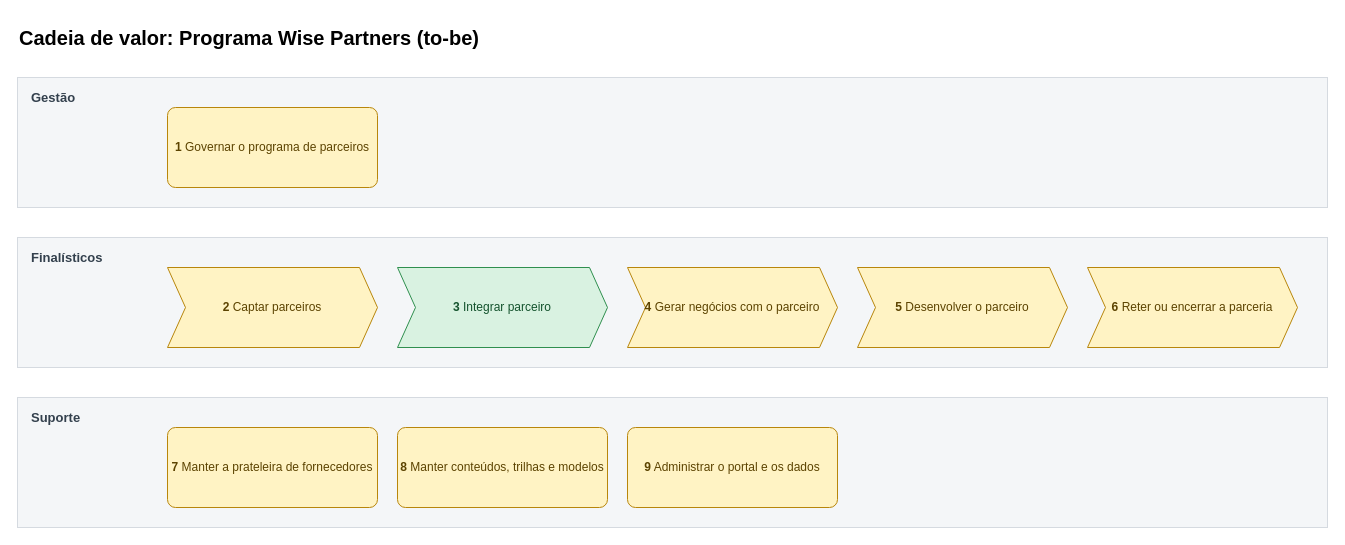
Above: page "Cadeia de valor" (1 of 13) of mapeamentos/wise-partners-to-be/saidas/mapa.drawio in Guilherme-MFaccin/Wise-Partners (draw.io), before the change. Source tidied: cells renumbered, new cells numbered last; positions are measured from the earlier drawing's top-left corner, leaving out a move shared by most shapes. Both pictures are drawn from the tidied source at 100%, with x=0, y=0 at pixel (17, 17).
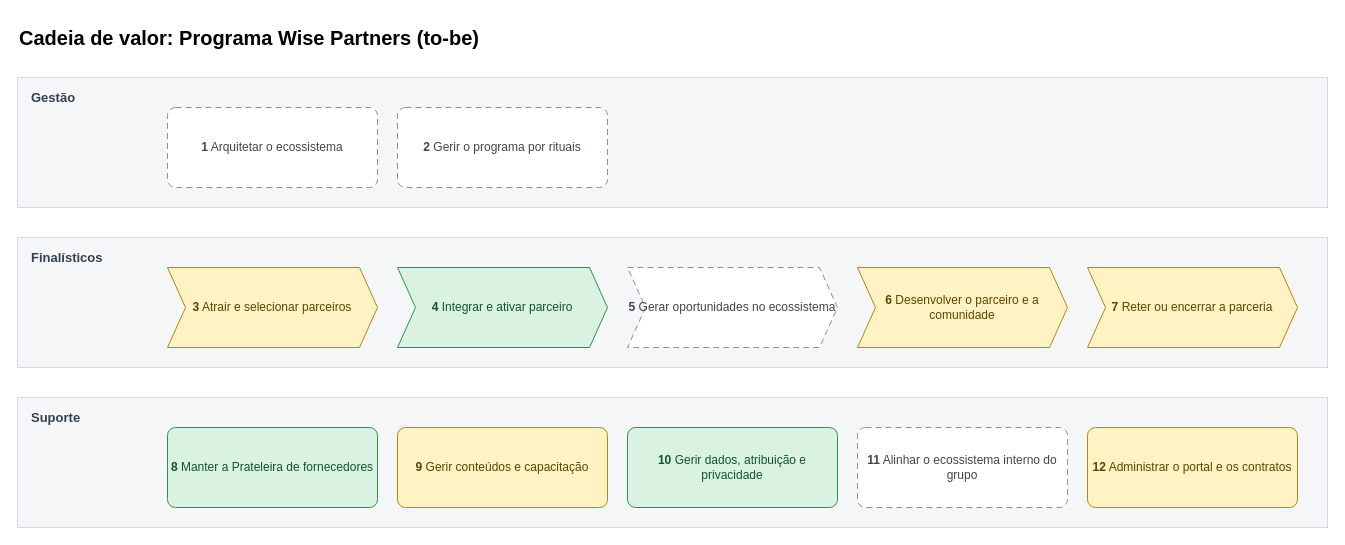
The same diagram, later.

The edit, as a diff of the source:
```diff
@@
 <mxGraphModel>
   <root>
     <mxCell id="0" />
     <mxCell id="1" parent="0" />
     <mxCell id="2" value="&lt;b&gt;Cadeia de valor: Programa Wise Partners (to-be)&lt;/b&gt;" style="text;html=1;fontSize=20;align=left;verticalAlign=middle;strokeColor=none;fillColor=none;" parent="1" vertex="1">
       <mxGeometry width="600" height="40" as="geometry" />
     </mxCell>
     <mxCell id="3" value="Gestão" style="rounded=0;whiteSpace=wrap;html=1;fillColor=#F4F6F8;strokeColor=#D5DAE0;verticalAlign=top;align=left;spacingLeft=12;spacingTop=6;fontStyle=1;fontSize=13;fontColor=#33404D;" parent="1" vertex="1">
       <mxGeometry y="60" width="1310" height="130" as="geometry" />
     </mxCell>
-    <mxCell id="4" value="&lt;b&gt;1&lt;/b&gt; Governar o programa de parceiros" style="rounded=1;whiteSpace=wrap;html=1;arcSize=10;fillColor=#FFF3C4;strokeColor=#B8860B;fontColor=#5C4300;fontSize=12;" parent="1" vertex="1">
+    <mxCell id="4" value="&lt;b&gt;1&lt;/b&gt; Arquitetar o ecossistema" style="rounded=1;whiteSpace=wrap;html=1;arcSize=10;fillColor=#FFFFFF;strokeColor=#8A9099;fontColor=#3F4650;dashed=1;dashPattern=6 4;fontSize=12;" parent="1" vertex="1">
       <mxGeometry x="150" y="90" width="210" height="80" as="geometry" />
     </mxCell>
-    <mxCell id="5" value="Finalísticos" style="rounded=0;whiteSpace=wrap;html=1;fillColor=#F4F6F8;strokeColor=#D5DAE0;verticalAlign=top;align=left;spacingLeft=12;spacingTop=6;fontStyle=1;fontSize=13;fontColor=#33404D;" parent="1" vertex="1">
-      <mxGeometry y="220" width="1310" height="130" as="geometry" />
+    <mxCell id="5" value="&lt;b&gt;2&lt;/b&gt; Gerir o programa por rituais" style="rounded=1;whiteSpace=wrap;html=1;arcSize=10;fillColor=#FFFFFF;strokeColor=#8A9099;fontColor=#3F4650;dashed=1;dashPattern=6 4;fontSize=12;" parent="1" vertex="1">
+      <mxGeometry x="380" y="90" width="210" height="80" as="geometry" />
     </mxCell>
-    <mxCell id="6" value="&lt;b&gt;2&lt;/b&gt; Captar parceiros" style="rounded=1;whiteSpace=wrap;html=1;arcSize=10;fillColor=#FFF3C4;strokeColor=#B8860B;fontColor=#5C4300;fontSize=12;shape=step;perimeter=stepPerimeter;fixedSize=1;size=18;rounded=0;" parent="1" vertex="1">
-      <mxGeometry x="150" y="250" width="210" height="80" as="geometry" />
+    <mxCell id="6" value="Finalísticos" style="rounded=0;whiteSpace=wrap;html=1;fillColor=#F4F6F8;strokeColor=#D5DAE0;verticalAlign=top;align=left;spacingLeft=12;spacingTop=6;fontStyle=1;fontSize=13;fontColor=#33404D;" parent="1" vertex="1">
+      <mxGeometry y="220" width="1310" height="130" as="geometry" />
     </mxCell>
-    <mxCell id="7" value="&lt;b&gt;3&lt;/b&gt; Integrar parceiro" style="rounded=1;whiteSpace=wrap;html=1;arcSize=10;fillColor=#D9F2E1;strokeColor=#2F8F4E;fontColor=#14532D;fontSize=12;shape=step;perimeter=stepPerimeter;fixedSize=1;size=18;rounded=0;" parent="1" vertex="1">
-      <mxGeometry x="380" y="250" width="210" height="80" as="geometry" />
+    <mxCell id="7" value="&lt;b&gt;3&lt;/b&gt; Atrair e selecionar parceiros" style="rounded=1;whiteSpace=wrap;html=1;arcSize=10;fillColor=#FFF3C4;strokeColor=#B8860B;fontColor=#5C4300;fontSize=12;shape=step;perimeter=stepPerimeter;fixedSize=1;size=18;rounded=0;" parent="1" vertex="1">
+      <mxGeometry x="150" y="250" width="210" height="80" as="geometry" />
     </mxCell>
-    <mxCell id="8" value="&lt;b&gt;4&lt;/b&gt; Gerar negócios com o parceiro" style="rounded=1;whiteSpace=wrap;html=1;arcSize=10;fillColor=#FFF3C4;strokeColor=#B8860B;fontColor=#5C4300;fontSize=12;shape=step;perimeter=stepPerimeter;fixedSize=1;size=18;rounded=0;" parent="1" vertex="1">
-      <mxGeometry x="610" y="250" width="210" height="80" as="geometry" />
+    <mxCell id="8" value="&lt;b&gt;4&lt;/b&gt; Integrar e ativar parceiro" style="rounded=1;whiteSpace=wrap;html=1;arcSize=10;fillColor=#D9F2E1;strokeColor=#2F8F4E;fontColor=#14532D;fontSize=12;shape=step;perimeter=stepPerimeter;fixedSize=1;size=18;rounded=0;" parent="1" vertex="1">
+      <mxGeometry x="380" y="250" width="210" height="80" as="geometry" />
     </mxCell>
-    <mxCell id="9" value="&lt;b&gt;5&lt;/b&gt; Desenvolver o parceiro" style="rounded=1;whiteSpace=wrap;html=1;arcSize=10;fillColor=#FFF3C4;strokeColor=#B8860B;fontColor=#5C4300;fontSize=12;shape=step;perimeter=stepPerimeter;fixedSize=1;size=18;rounded=0;" parent="1" vertex="1">
-      <mxGeometry x="840" y="250" width="210" height="80" as="geometry" />
+    <mxCell id="9" value="&lt;b&gt;5&lt;/b&gt; Gerar oportunidades no ecossistema" style="rounded=1;whiteSpace=wrap;html=1;arcSize=10;fillColor=#FFFFFF;strokeColor=#8A9099;fontColor=#3F4650;dashed=1;dashPattern=6 4;fontSize=12;shape=step;perimeter=stepPerimeter;fixedSize=1;size=18;rounded=0;" parent="1" vertex="1">
+      <mxGeometry x="610" y="250" width="210" height="80" as="geometry" />
     </mxCell>
-    <mxCell id="10" value="&lt;b&gt;6&lt;/b&gt; Reter ou encerrar a parceria" style="rounded=1;whiteSpace=wrap;html=1;arcSize=10;fillColor=#FFF3C4;strokeColor=#B8860B;fontColor=#5C4300;fontSize=12;shape=step;perimeter=stepPerimeter;fixedSize=1;size=18;rounded=0;" parent="1" vertex="1">
-      <mxGeometry x="1070" y="250" width="210" height="80" as="geometry" />
+    <mxCell id="10" value="&lt;b&gt;6&lt;/b&gt; Desenvolver o parceiro e a comunidade" style="rounded=1;whiteSpace=wrap;html=1;arcSize=10;fillColor=#FFF3C4;strokeColor=#B8860B;fontColor=#5C4300;fontSize=12;shape=step;perimeter=stepPerimeter;fixedSize=1;size=18;rounded=0;" parent="1" vertex="1">
+      <mxGeometry x="840" y="250" width="210" height="80" as="geometry" />
     </mxCell>
-    <mxCell id="11" value="Suporte" style="rounded=0;whiteSpace=wrap;html=1;fillColor=#F4F6F8;strokeColor=#D5DAE0;verticalAlign=top;align=left;spacingLeft=12;spacingTop=6;fontStyle=1;fontSize=13;fontColor=#33404D;" parent="1" vertex="1">
-      <mxGeometry y="380" width="1310" height="130" as="geometry" />
+    <mxCell id="11" value="&lt;b&gt;7&lt;/b&gt; Reter ou encerrar a parceria" style="rounded=1;whiteSpace=wrap;html=1;arcSize=10;fillColor=#FFF3C4;strokeColor=#B8860B;fontColor=#5C4300;fontSize=12;shape=step;perimeter=stepPerimeter;fixedSize=1;size=18;rounded=0;" parent="1" vertex="1">
+      <mxGeometry x="1070" y="250" width="210" height="80" as="geometry" />
     </mxCell>
-    <mxCell id="12" value="&lt;b&gt;7&lt;/b&gt; Manter a prateleira de fornecedores" style="rounded=1;whiteSpace=wrap;html=1;arcSize=10;fillColor=#FFF3C4;strokeColor=#B8860B;fontColor=#5C4300;fontSize=12;" parent="1" vertex="1">
-      <mxGeometry x="150" y="410" width="210" height="80" as="geometry" />
+    <mxCell id="12" value="Suporte" style="rounded=0;whiteSpace=wrap;html=1;fillColor=#F4F6F8;strokeColor=#D5DAE0;verticalAlign=top;align=left;spacingLeft=12;spacingTop=6;fontStyle=1;fontSize=13;fontColor=#33404D;" parent="1" vertex="1">
+      <mxGeometry y="380" width="1310" height="130" as="geometry" />
     </mxCell>
-    <mxCell id="13" value="&lt;b&gt;8&lt;/b&gt; Manter conteúdos, trilhas e modelos" style="rounded=1;whiteSpace=wrap;html=1;arcSize=10;fillColor=#FFF3C4;strokeColor=#B8860B;fontColor=#5C4300;fontSize=12;" parent="1" vertex="1">
-      <mxGeometry x="380" y="410" width="210" height="80" as="geometry" />
+    <mxCell id="13" value="&lt;b&gt;8&lt;/b&gt; Manter a Prateleira de fornecedores" style="rounded=1;whiteSpace=wrap;html=1;arcSize=10;fillColor=#D9F2E1;strokeColor=#2F8F4E;fontColor=#14532D;fontSize=12;" parent="1" vertex="1">
+      <mxGeometry x="150" y="410" width="210" height="80" as="geometry" />
     </mxCell>
-    <mxCell id="14" value="&lt;b&gt;9&lt;/b&gt; Administrar o portal e os dados" style="rounded=1;whiteSpace=wrap;html=1;arcSize=10;fillColor=#FFF3C4;strokeColor=#B8860B;fontColor=#5C4300;fontSize=12;" parent="1" vertex="1">
-      <mxGeometry x="610" y="410" width="210" height="80" as="geometry" />
+    <mxCell id="14" value="&lt;b&gt;9&lt;/b&gt; Gerir conteúdos e capacitação" style="rounded=1;whiteSpace=wrap;html=1;arcSize=10;fillColor=#FFF3C4;strokeColor=#B8860B;fontColor=#5C4300;fontSize=12;" parent="1" vertex="1">
+      <mxGeometry x="380" y="410" width="210" height="80" as="geometry" />
     </mxCell>
+    <mxCell id="15" value="&lt;b&gt;10&lt;/b&gt; Gerir dados, atribuição e privacidade" style="rounded=1;whiteSpace=wrap;html=1;arcSize=10;fillColor=#D9F2E1;strokeColor=#2F8F4E;fontColor=#14532D;fontSize=12;" parent="1" vertex="1">
+      <mxGeometry x="610" y="410" width="210" height="80" as="geometry" />
+    </mxCell>
+    <mxCell id="16" value="&lt;b&gt;11&lt;/b&gt; Alinhar o ecossistema interno do grupo" style="rounded=1;whiteSpace=wrap;html=1;arcSize=10;fillColor=#FFFFFF;strokeColor=#8A9099;fontColor=#3F4650;dashed=1;dashPattern=6 4;fontSize=12;" parent="1" vertex="1">
+      <mxGeometry x="840" y="410" width="210" height="80" as="geometry" />
+    </mxCell>
+    <mxCell id="17" value="&lt;b&gt;12&lt;/b&gt; Administrar o portal e os contratos" style="rounded=1;whiteSpace=wrap;html=1;arcSize=10;fillColor=#FFF3C4;strokeColor=#B8860B;fontColor=#5C4300;fontSize=12;" parent="1" vertex="1">
+      <mxGeometry x="1070" y="410" width="210" height="80" as="geometry" />
+    </mxCell>
   </root>
 </mxGraphModel>
```
